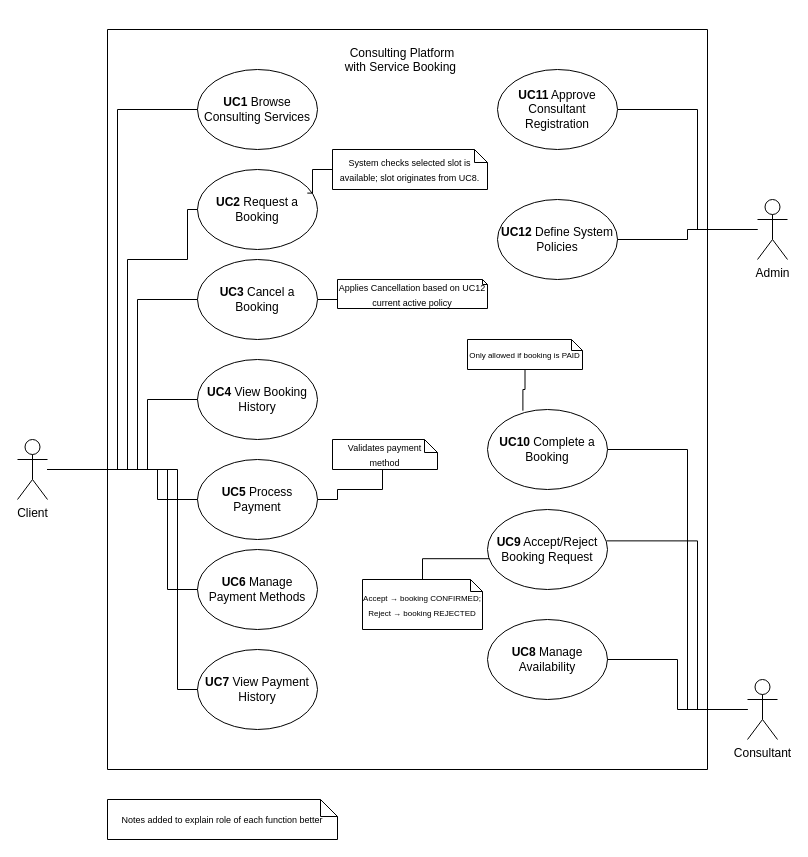
The draw.io diagram Diagrams/UseCaseDiagram.drawio in AliSheikhRabiei/EECS3311-Service-Booking-Platform, before the edit. Source tidied: cells renumbered, new cells numbered last; positions are measured from the earlier drawing's top-left corner, leaving out a move shared by most shapes. Both pictures are drawn from the tidied source at 100%, with x=0, y=0 at pixel (17, 29).
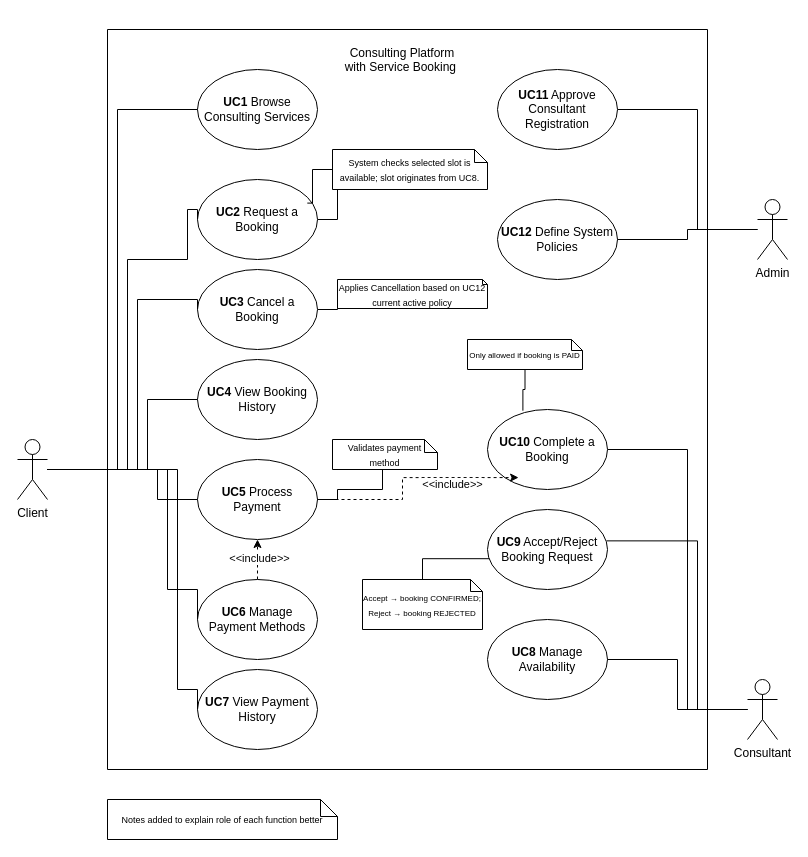
After the change.

Unchanged cells that the change refers to:
```xml
<mxCell id="6" value="&#10;" style="swimlane;startSize=0;" parent="1" vertex="1">
  <mxGeometry x="90" width="600" height="740" as="geometry" />
</mxCell>
<mxCell id="11" value="&lt;strong&gt;UC5&lt;/strong&gt; Process Payment" style="ellipse;whiteSpace=wrap;html=1;" parent="6" vertex="1">
  <mxGeometry x="90" y="430" width="120" height="80" as="geometry" />
</mxCell>
<mxCell id="17" value="&lt;strong&gt;UC10&lt;/strong&gt; Complete a Booking" style="ellipse;whiteSpace=wrap;html=1;" parent="6" vertex="1">
  <mxGeometry x="380" y="380" width="120" height="80" as="geometry" />
</mxCell>
<mxCell id="21" value="&lt;font style=&quot;font-size: 9px;&quot;&gt;System checks selected slot is available; slot originates from UC8.&lt;/font&gt;" style="shape=note;size=13;whiteSpace=wrap;html=1;" parent="6" vertex="1">
  <mxGeometry x="225" y="120" width="155" height="40" as="geometry" />
</mxCell>
```

Change to the diagram source:
```diff
@@
+    <mxCell id="42" style="edgeStyle=orthogonalEdgeStyle;rounded=0;jettySize=auto;html=1;" parent="6" edge="1" source="8" target="21">
+      <mxGeometry relative="1" as="geometry" />
+    </mxCell>
     <mxCell id="8" value="&lt;strong&gt;UC2&lt;/strong&gt; Request a Booking" style="ellipse;whiteSpace=wrap;html=1;" parent="6" vertex="1">
-      <mxGeometry x="90" y="140" width="120" height="80" as="geometry" />
+      <mxGeometry x="90" y="150" width="120" height="80" as="geometry" />
     </mxCell>
@@
     <mxCell id="10" value="&lt;strong&gt;UC3&lt;/strong&gt; Cancel a Booking" style="ellipse;whiteSpace=wrap;html=1;" parent="6" vertex="1">
-      <mxGeometry x="90" y="230" width="120" height="80" as="geometry" />
+      <mxGeometry x="90" y="240" width="120" height="80" as="geometry" />
     </mxCell>
@@
     <mxCell id="13" value="&lt;strong&gt;UC7&lt;/strong&gt; View Payment History" style="ellipse;whiteSpace=wrap;html=1;" parent="6" vertex="1">
-      <mxGeometry x="90" y="620" width="120" height="80" as="geometry" />
+      <mxGeometry x="90" y="640" width="120" height="80" as="geometry" />
     </mxCell>
+    <mxCell id="43" style="edgeStyle=orthogonalEdgeStyle;rounded=0;jettySize=auto;html=1;exitX=0.5;exitY=0;exitDx=0;exitDy=0;dashed=1;" parent="6" edge="1" source="14" target="11">
+      <mxGeometry relative="1" as="geometry" />
+    </mxCell>
+    <mxCell id="44" value="&amp;lt;&amp;lt;include&amp;gt;&amp;gt;" style="edgeLabel;html=1;align=center;verticalAlign=middle;" parent="43" vertex="1">
+      <mxGeometry x="0.1" y="-1" relative="1" as="geometry" />
+    </mxCell>
     <mxCell id="14" value="&lt;strong&gt;UC6&lt;/strong&gt; Manage Payment Methods" style="ellipse;whiteSpace=wrap;html=1;" parent="6" vertex="1">
-      <mxGeometry x="90" y="520" width="120" height="80" as="geometry" />
+      <mxGeometry x="90" y="550" width="120" height="80" as="geometry" />
     </mxCell>
@@
+    <mxCell id="45" style="edgeStyle=orthogonalEdgeStyle;rounded=0;jettySize=auto;html=1;exitX=1;exitY=0.5;exitDx=0;exitDy=0;entryX=0.259;entryY=0.851;entryDx=0;entryDy=0;entryPerimeter=0;dashed=1;" parent="6" edge="1" source="11" target="17">
+      <mxGeometry relative="1" as="geometry" />
+    </mxCell>
+    <mxCell id="46" value="&amp;lt;&amp;lt;include&amp;gt;&amp;gt;" style="edgeLabel;html=1;align=center;verticalAlign=middle;" parent="45" vertex="1">
+      <mxGeometry x="0.4" y="-6" relative="1" as="geometry" />
+    </mxCell>
```
